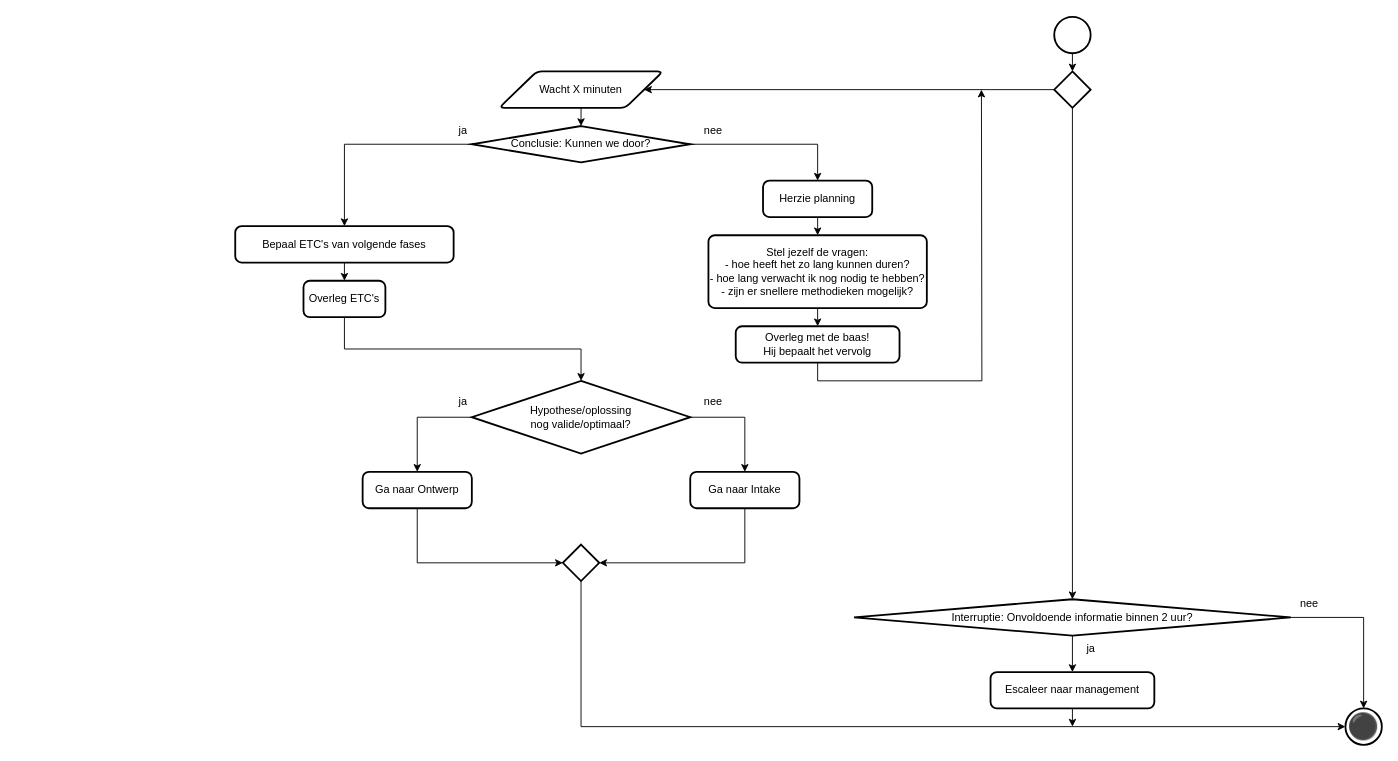
This is 2 Issue Tracker analyse.drawio from Zaibatsu89/IssueTracker, a draw.io file, before an edit. Source tidied: cells renumbered, new cells numbered last; positions are measured from the earlier drawing's top-left corner, leaving out a move shared by most shapes. Both pictures are drawn from the tidied source at 91%, with x=0, y=0 at pixel (235, 16).
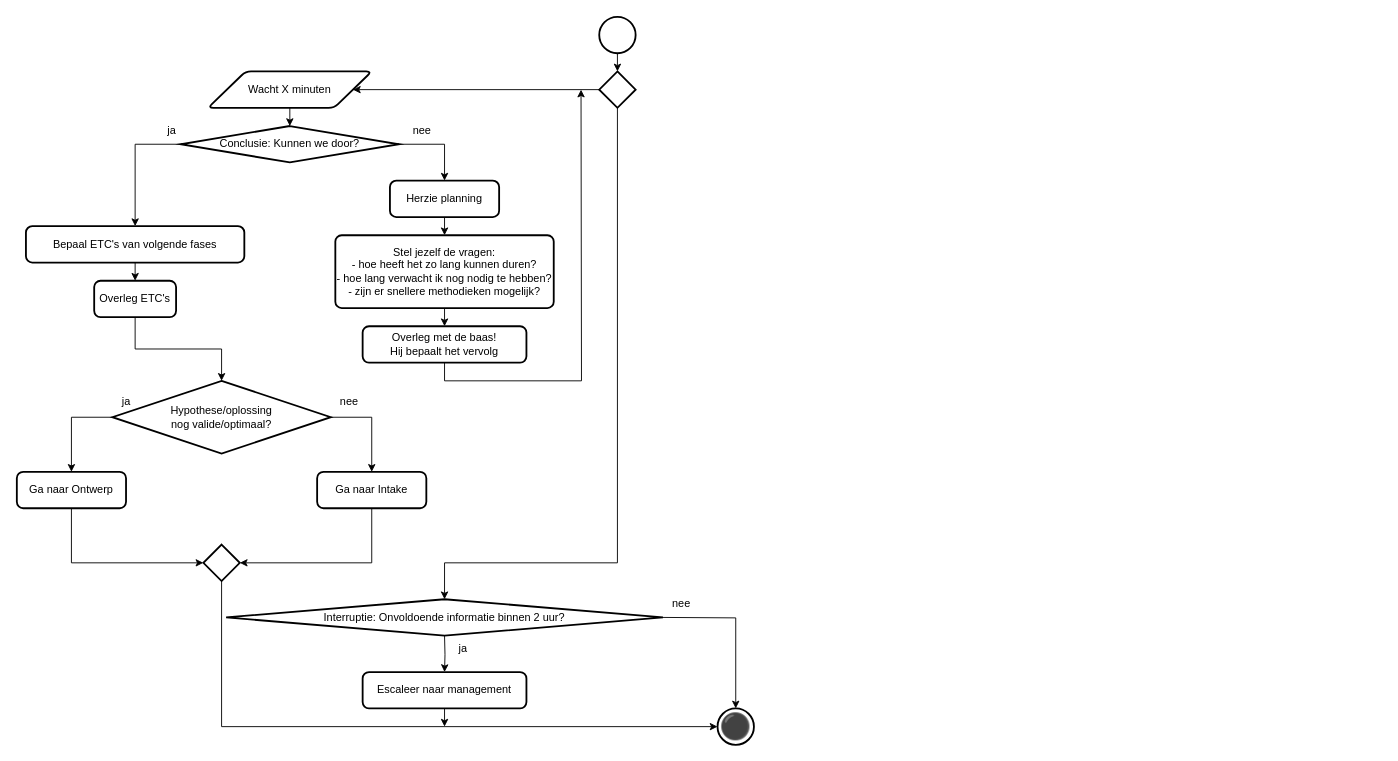
After the change.

The edit, as a diff of the source:
```diff
@@
     <mxCell id="2" style="strokeWidth=2;html=1;shape=mxgraph.flowchart.start_2;whiteSpace=wrap;" parent="1" vertex="1">
-      <mxGeometry x="900" width="40" height="40" as="geometry" />
+      <mxGeometry x="400" width="40" height="40" as="geometry" />
     </mxCell>
@@
     <mxCell id="5" value="Conclusie: Kunnen we door?" style="strokeWidth=2;html=1;shape=mxgraph.flowchart.decision;whiteSpace=wrap;" parent="1" vertex="1">
-      <mxGeometry x="260" y="120" width="240" height="40" as="geometry" />
+      <mxGeometry x="-60" y="120" width="240" height="40" as="geometry" />
     </mxCell>
     <mxCell id="6" value="Ga naar Ontwerp" style="rounded=1;whiteSpace=wrap;html=1;absoluteArcSize=1;arcSize=14;strokeWidth=2;" parent="1" vertex="1">
-      <mxGeometry x="140" y="500" width="120" height="40" as="geometry" />
+      <mxGeometry x="-240" y="500" width="120" height="40" as="geometry" />
     </mxCell>
     <mxCell id="7" value="nee" style="text;html=1;align=center;verticalAlign=middle;strokeColor=none;fillColor=none;" parent="1" vertex="1">
-      <mxGeometry x="505" y="110" width="40" height="30" as="geometry" />
+      <mxGeometry x="185" y="110" width="40" height="30" as="geometry" />
     </mxCell>
     <mxCell id="8" value="ja" style="text;html=1;align=center;verticalAlign=middle;strokeColor=none;fillColor=none;" parent="1" vertex="1">
-      <mxGeometry x="235" y="110" width="30" height="30" as="geometry" />
+      <mxGeometry x="-85" y="110" width="30" height="30" as="geometry" />
     </mxCell>
     <mxCell id="9" value="Overleg ETC's" style="rounded=1;whiteSpace=wrap;html=1;absoluteArcSize=1;arcSize=14;strokeWidth=2;" parent="1" vertex="1">
-      <mxGeometry x="75" y="290" width="90" height="40" as="geometry" />
+      <mxGeometry x="-155" y="290" width="90" height="40" as="geometry" />
     </mxCell>
-    <mxCell id="10" style="edgeStyle=orthogonalEdgeStyle;rounded=0;jettySize=auto;html=1;exitX=0.5;exitY=1;exitDx=0;exitDy=0;exitPerimeter=0;entryX=0.5;entryY=0;entryDx=0;entryDy=0;" parent="1" edge="1" source="11" target="14">
-      <mxGeometry relative="1" as="geometry" />
+    <mxCell id="10" style="edgeStyle=orthogonalEdgeStyle;rounded=0;jettySize=auto;html=1;exitX=0.5;exitY=1;exitDx=0;exitDy=0;exitPerimeter=0;entryX=0.5;entryY=0;entryDx=0;entryDy=0;" parent="1" edge="1" target="14">
+      <mxGeometry relative="1" as="geometry">
+        <mxPoint x="230" y="680" as="sourcePoint" />
+      </mxGeometry>
     </mxCell>
     <mxCell id="11" value="Interruptie: Onvoldoende informatie binnen 2 uur?" style="strokeWidth=2;html=1;shape=mxgraph.flowchart.decision;whiteSpace=wrap;" parent="1" vertex="1">
-      <mxGeometry x="680" y="640" width="480" height="40" as="geometry" />
+      <mxGeometry x="-10" y="640" width="480" height="40" as="geometry" />
     </mxCell>
     <mxCell id="12" value="nee" style="text;html=1;align=center;verticalAlign=middle;strokeColor=none;fillColor=none;" parent="1" vertex="1">
-      <mxGeometry x="1160" y="630" width="40" height="30" as="geometry" />
+      <mxGeometry x="470" y="630" width="40" height="30" as="geometry" />
     </mxCell>
     <mxCell id="13" style="edgeStyle=orthogonalEdgeStyle;rounded=0;jettySize=auto;html=1;exitX=0.5;exitY=1;exitDx=0;exitDy=0;" parent="1" edge="1" source="14">
       <mxGeometry relative="1" as="geometry">
-        <mxPoint x="920" y="780" as="targetPoint" />
+        <mxPoint x="230" y="780" as="targetPoint" />
       </mxGeometry>
     </mxCell>
     <mxCell id="14" value="Escaleer naar management" style="rounded=1;whiteSpace=wrap;html=1;absoluteArcSize=1;arcSize=14;strokeWidth=2;" parent="1" vertex="1">
-      <mxGeometry x="830" y="720" width="180" height="40" as="geometry" />
+      <mxGeometry x="140" y="720" width="180" height="40" as="geometry" />
     </mxCell>
     <mxCell id="15" value="ja" style="text;html=1;align=center;verticalAlign=middle;strokeColor=none;fillColor=none;" parent="1" vertex="1">
-      <mxGeometry x="925" y="680" width="30" height="30" as="geometry" />
+      <mxGeometry x="235" y="680" width="30" height="30" as="geometry" />
     </mxCell>
     <mxCell id="16" value="⚫" style="strokeWidth=2;html=1;shape=mxgraph.flowchart.start_2;whiteSpace=wrap;fillColor=none;fontSize=28;" parent="1" vertex="1">
-      <mxGeometry x="1220" y="760" width="40" height="40" as="geometry" />
+      <mxGeometry x="530" y="760" width="40" height="40" as="geometry" />
     </mxCell>
@@
     <mxCell id="18" value="Bepaal ETC's van volgende fases" style="rounded=1;whiteSpace=wrap;html=1;absoluteArcSize=1;arcSize=14;strokeWidth=2;" parent="1" vertex="1">
-      <mxGeometry y="230" width="240" height="40" as="geometry" />
+      <mxGeometry x="-230" y="230" width="240" height="40" as="geometry" />
     </mxCell>
-    <mxCell id="19" style="edgeStyle=orthogonalEdgeStyle;rounded=0;jettySize=auto;html=1;exitX=1;exitY=0.5;exitDx=0;exitDy=0;exitPerimeter=0;entryX=0.5;entryY=0;entryDx=0;entryDy=0;entryPerimeter=0;" parent="1" edge="1" source="11" target="16">
-      <mxGeometry relative="1" as="geometry" />
+    <mxCell id="19" style="edgeStyle=orthogonalEdgeStyle;rounded=0;jettySize=auto;html=1;exitX=1;exitY=0.5;exitDx=0;exitDy=0;exitPerimeter=0;entryX=0.5;entryY=0;entryDx=0;entryDy=0;entryPerimeter=0;" parent="1" edge="1" target="16">
+      <mxGeometry relative="1" as="geometry">
+        <mxPoint x="470" y="660" as="sourcePoint" />
+      </mxGeometry>
     </mxCell>
@@
     <mxCell id="22" value="Hypothese/oplossing&lt;br&gt;nog valide/optimaal?" style="strokeWidth=2;html=1;shape=mxgraph.flowchart.decision;whiteSpace=wrap;" parent="1" vertex="1">
-      <mxGeometry x="260" y="400" width="240" height="80" as="geometry" />
+      <mxGeometry x="-135" y="400" width="240" height="80" as="geometry" />
     </mxCell>
     <mxCell id="23" style="strokeWidth=2;html=1;shape=mxgraph.flowchart.decision;whiteSpace=wrap;" parent="1" vertex="1">
-      <mxGeometry x="360" y="580" width="40" height="40" as="geometry" />
+      <mxGeometry x="-35" y="580" width="40" height="40" as="geometry" />
     </mxCell>
@@
     <mxCell id="25" value="ja" style="text;html=1;align=center;verticalAlign=middle;strokeColor=none;fillColor=none;" parent="1" vertex="1">
-      <mxGeometry x="235" y="408" width="30" height="30" as="geometry" />
+      <mxGeometry x="-135" y="408" width="30" height="30" as="geometry" />
     </mxCell>
     <mxCell id="26" value="Ga naar Intake" style="rounded=1;whiteSpace=wrap;html=1;absoluteArcSize=1;arcSize=14;strokeWidth=2;" parent="1" vertex="1">
-      <mxGeometry x="500" y="500" width="120" height="40" as="geometry" />
+      <mxGeometry x="90" y="500" width="120" height="40" as="geometry" />
     </mxCell>
@@
     <mxCell id="28" value="nee" style="text;html=1;align=center;verticalAlign=middle;strokeColor=none;fillColor=none;" parent="1" vertex="1">
-      <mxGeometry x="505" y="408" width="40" height="30" as="geometry" />
+      <mxGeometry x="105" y="408" width="40" height="30" as="geometry" />
     </mxCell>
@@
     <mxCell id="30" value="Wacht X minuten" style="shape=parallelogram;html=1;strokeWidth=2;perimeter=parallelogramPerimeter;whiteSpace=wrap;rounded=1;arcSize=12;size=0.23;" parent="1" vertex="1">
-      <mxGeometry x="290" y="60" width="180" height="40" as="geometry" />
+      <mxGeometry x="-30" y="60" width="180" height="40" as="geometry" />
     </mxCell>
@@
     <mxCell id="32" style="strokeWidth=2;html=1;shape=mxgraph.flowchart.decision;whiteSpace=wrap;" parent="1" vertex="1">
-      <mxGeometry x="900" y="60" width="40" height="40" as="geometry" />
+      <mxGeometry x="400" y="60" width="40" height="40" as="geometry" />
     </mxCell>
@@
     <mxCell id="34" style="edgeStyle=orthogonalEdgeStyle;rounded=0;jettySize=auto;html=1;exitX=0.5;exitY=1;exitDx=0;exitDy=0;entryX=0.5;entryY=0;entryDx=0;entryDy=0;entryPerimeter=0;" parent="1" edge="1" source="30">
       <mxGeometry relative="1" as="geometry">
-        <mxPoint x="380" y="120" as="targetPoint" />
+        <mxPoint x="60" y="120" as="targetPoint" />
       </mxGeometry>
     </mxCell>
-    <mxCell id="35" style="edgeStyle=orthogonalEdgeStyle;rounded=0;jettySize=auto;html=1;exitX=0.5;exitY=1;exitDx=0;exitDy=0;exitPerimeter=0;entryX=0.5;entryY=0;entryDx=0;entryDy=0;entryPerimeter=0;" parent="1" edge="1" source="32" target="11">
-      <mxGeometry relative="1" as="geometry" />
-    </mxCell>
@@
     <mxCell id="38" value="Herzie planning" style="rounded=1;whiteSpace=wrap;html=1;absoluteArcSize=1;arcSize=14;strokeWidth=2;" parent="1" vertex="1">
-      <mxGeometry x="580" y="180" width="120" height="40" as="geometry" />
+      <mxGeometry x="170" y="180" width="120" height="40" as="geometry" />
     </mxCell>
@@
     <mxCell id="40" value="Stel jezelf de vragen:&lt;div&gt;- hoe heeft het zo lang kunnen duren?&lt;/div&gt;&lt;div&gt;- hoe lang verwacht ik nog nodig te hebben?&lt;/div&gt;&lt;div&gt;- zijn er snellere methodieken mogelijk?&lt;/div&gt;" style="rounded=1;whiteSpace=wrap;html=1;absoluteArcSize=1;arcSize=14;strokeWidth=2;" parent="1" vertex="1">
-      <mxGeometry x="520" y="240" width="240" height="80" as="geometry" />
+      <mxGeometry x="110" y="240" width="240" height="80" as="geometry" />
     </mxCell>
-    <mxCell id="41" style="edgeStyle=orthogonalEdgeStyle;rounded=0;jettySize=auto;html=1;exitX=0.5;exitY=1;exitDx=0;exitDy=0;" parent="1" edge="1" source="42">
-      <mxGeometry relative="1" as="geometry">
-        <mxPoint x="820" y="80" as="targetPoint" />
-      </mxGeometry>
-    </mxCell>
+    <mxCell id="43" style="edgeStyle=orthogonalEdgeStyle;rounded=0;jettySize=auto;html=1;exitX=0.5;exitY=1;exitDx=0;exitDy=0;" parent="1" edge="1" source="42">
+      <mxGeometry relative="1" as="geometry">
+        <mxPoint x="380" y="80" as="targetPoint" />
+      </mxGeometry>
+    </mxCell>
     <mxCell id="42" value="Overleg met de baas!&lt;br&gt;Hij bepaalt het vervolg" style="rounded=1;whiteSpace=wrap;html=1;absoluteArcSize=1;arcSize=14;strokeWidth=2;" parent="1" vertex="1">
-      <mxGeometry x="550" y="340" width="180" height="40" as="geometry" />
+      <mxGeometry x="140" y="340" width="180" height="40" as="geometry" />
     </mxCell>
+    <mxCell id="35" style="edgeStyle=orthogonalEdgeStyle;rounded=0;jettySize=auto;html=1;exitX=0.5;exitY=1;exitDx=0;exitDy=0;exitPerimeter=0;entryX=0.5;entryY=0;entryDx=0;entryDy=0;entryPerimeter=0;" parent="1" edge="1" source="32" target="11">
+      <mxGeometry relative="1" as="geometry">
+        <Array as="points">
+          <mxPoint x="420" y="600" />
+          <mxPoint x="230" y="600" />
+        </Array>
+      </mxGeometry>
+    </mxCell>
```
